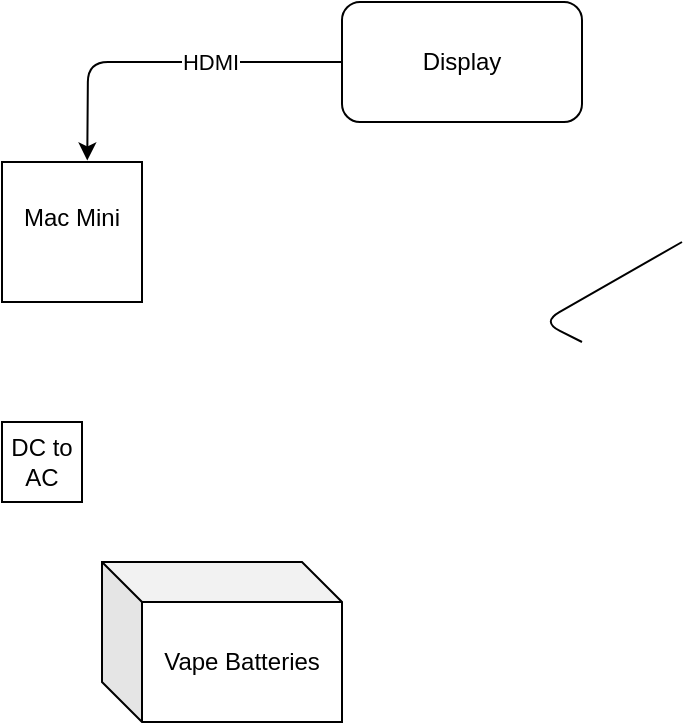
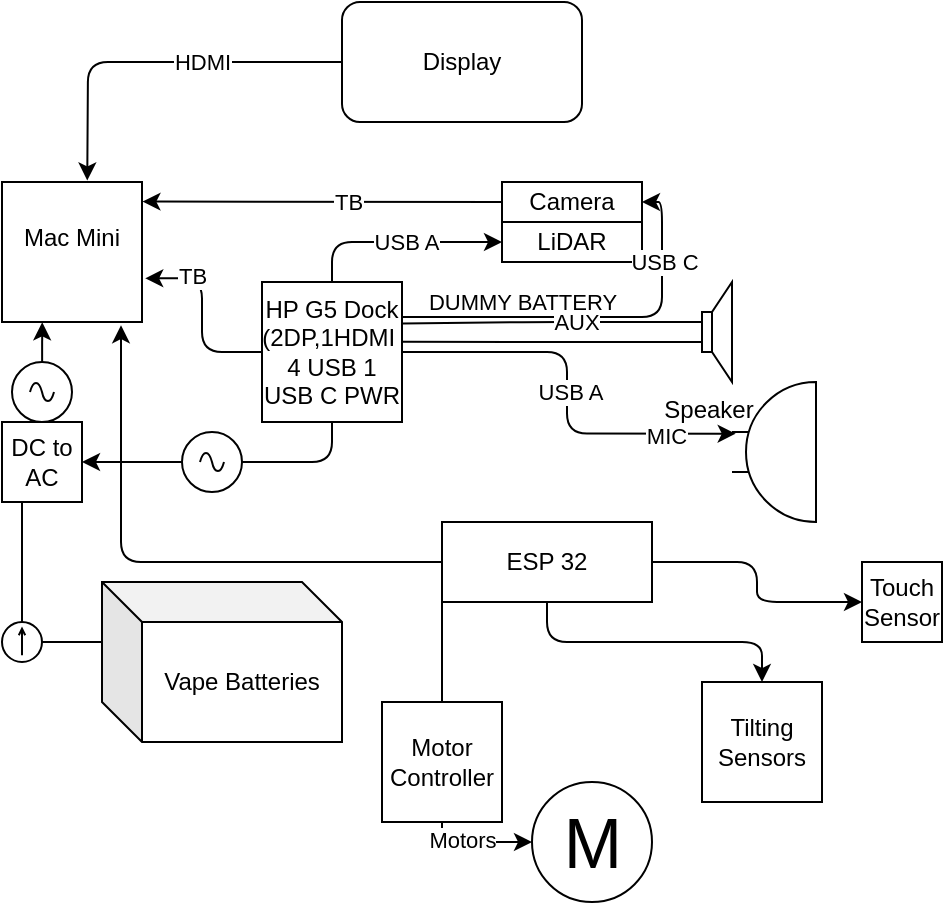
<mxfile host="65bd71144e">
    <diagram id="XFyZ19kt7Vamldc491AY" name="Page-1">
-         <mxGraphModel dx="1011" dy="491" grid="1" gridSize="10" guides="1" tooltips="1" connect="1" arrows="1" fold="1" page="1" pageScale="1" pageWidth="850" pageHeight="1100" math="0" shadow="0">
+         <mxGraphModel dx="305" dy="280" grid="1" gridSize="10" guides="1" tooltips="1" connect="1" arrows="1" fold="1" page="0" pageScale="1" pageWidth="850" pageHeight="1100" math="0" shadow="0">
            <root>
                <mxCell id="0"/>
                <mxCell id="1" parent="0"/>
-                 <mxCell id="2" value="Mac Mini&lt;div&gt;&lt;br&gt;&lt;/div&gt;" style="whiteSpace=wrap;html=1;aspect=fixed;" vertex="1" parent="1">
-                     <mxGeometry x="110" y="100" width="70" height="70" as="geometry"/>
+                 <mxCell id="2" value="Mac Mini&lt;div&gt;&lt;br&gt;&lt;/div&gt;" style="whiteSpace=wrap;html=1;aspect=fixed;" parent="1" vertex="1">
+                     <mxGeometry x="110" y="110" width="70" height="70" as="geometry"/>
                </mxCell>
-                 <mxCell id="4" style="edgeStyle=none;html=1;exitX=0;exitY=0.5;exitDx=0;exitDy=0;entryX=0.609;entryY=-0.011;entryDx=0;entryDy=0;entryPerimeter=0;" edge="1" parent="1" source="3" target="2">
+                 <mxCell id="4" style="edgeStyle=none;html=1;exitX=0;exitY=0.5;exitDx=0;exitDy=0;entryX=0.609;entryY=-0.011;entryDx=0;entryDy=0;entryPerimeter=0;" parent="1" source="3" target="2" edge="1">
                    <mxGeometry relative="1" as="geometry">
                        <mxPoint x="150" y="60" as="targetPoint"/>
                        <Array as="points">
                            <mxPoint x="153" y="50"/>
                        </Array>
                    </mxGeometry>
                </mxCell>
-                 <mxCell id="5" value="HDMI" style="edgeLabel;html=1;align=center;verticalAlign=middle;resizable=0;points=[];" vertex="1" connectable="0" parent="4">
+                 <mxCell id="5" value="HDMI" style="edgeLabel;html=1;align=center;verticalAlign=middle;resizable=0;points=[];" parent="4" vertex="1" connectable="0">
                    <mxGeometry x="-0.2442" relative="1" as="geometry">
                        <mxPoint as="offset"/>
                    </mxGeometry>
                </mxCell>
-                 <mxCell id="3" value="Display" style="rounded=1;whiteSpace=wrap;html=1;" vertex="1" parent="1">
+                 <mxCell id="3" value="Display" style="rounded=1;whiteSpace=wrap;html=1;" parent="1" vertex="1">
                    <mxGeometry x="280" y="20" width="120" height="60" as="geometry"/>
                </mxCell>
-                 <mxCell id="6" value="Vape Batteries" style="shape=cube;whiteSpace=wrap;html=1;boundedLbl=1;backgroundOutline=1;darkOpacity=0.05;darkOpacity2=0.1;" vertex="1" parent="1">
-                     <mxGeometry x="160" y="300" width="120" height="80" as="geometry"/>
+                 <mxCell id="11" style="edgeStyle=none;html=1;exitX=0;exitY=0;exitDx=0;exitDy=30;exitPerimeter=0;" edge="1" parent="1" source="6">
+                     <mxGeometry relative="1" as="geometry">
+                         <mxPoint x="120" y="340" as="targetPoint"/>
+                     </mxGeometry>
                </mxCell>
-                 <mxCell id="7" value="DC to AC" style="whiteSpace=wrap;html=1;aspect=fixed;" vertex="1" parent="1">
+                 <mxCell id="6" value="Vape Batteries" style="shape=cube;whiteSpace=wrap;html=1;boundedLbl=1;backgroundOutline=1;darkOpacity=0.05;darkOpacity2=0.1;" parent="1" vertex="1">
+                     <mxGeometry x="160" y="310" width="120" height="80" as="geometry"/>
+                 </mxCell>
+                 <mxCell id="7" value="DC to AC" style="whiteSpace=wrap;html=1;aspect=fixed;" parent="1" vertex="1">
                    <mxGeometry x="110" y="230" width="40" height="40" as="geometry"/>
                </mxCell>
-                 <mxCell id="10" value="" style="endArrow=none;html=1;" edge="1" parent="1">
+                 <mxCell id="10" value="" style="endArrow=none;html=1;" parent="1" edge="1" source="55">
                    <mxGeometry width="50" height="50" relative="1" as="geometry">
-                         <mxPoint x="400" y="190" as="sourcePoint"/>
-                         <mxPoint x="450" y="140" as="targetPoint"/>
-                         <Array as="points">
-                             <mxPoint x="380" y="180"/>
-                         </Array>
+                         <mxPoint x="120" y="340" as="sourcePoint"/>
+                         <mxPoint x="120" y="270" as="targetPoint"/>
+                     </mxGeometry>
+                 </mxCell>
+                 <mxCell id="15" style="edgeStyle=none;html=1;exitX=0.75;exitY=0;exitDx=0;exitDy=0;entryX=0.43;entryY=1.002;entryDx=0;entryDy=0;entryPerimeter=0;" edge="1" parent="1">
+                     <mxGeometry relative="1" as="geometry">
+                         <mxPoint x="130" y="230" as="sourcePoint"/>
+                         <mxPoint x="130.09999999999997" y="180.14" as="targetPoint"/>
+                     </mxGeometry>
+                 </mxCell>
+                 <mxCell id="16" value="Camera" style="rounded=0;whiteSpace=wrap;html=1;" vertex="1" parent="1">
+                     <mxGeometry x="360" y="110" width="70" height="20" as="geometry"/>
+                 </mxCell>
+                 <mxCell id="22" style="edgeStyle=none;html=1;exitX=0;exitY=0.5;exitDx=0;exitDy=0;entryX=1.003;entryY=0.14;entryDx=0;entryDy=0;entryPerimeter=0;" edge="1" parent="1" source="16" target="2">
+                     <mxGeometry relative="1" as="geometry"/>
+                 </mxCell>
+                 <mxCell id="25" value="TB" style="edgeLabel;html=1;align=center;verticalAlign=middle;resizable=0;points=[];" vertex="1" connectable="0" parent="22">
+                     <mxGeometry x="-0.1422" relative="1" as="geometry">
+                         <mxPoint as="offset"/>
+                     </mxGeometry>
+                 </mxCell>
+                 <mxCell id="23" value="LiDAR" style="rounded=0;whiteSpace=wrap;html=1;" vertex="1" parent="1">
+                     <mxGeometry x="360" y="130" width="70" height="20" as="geometry"/>
+                 </mxCell>
+                 <mxCell id="28" style="html=1;exitX=0.5;exitY=0;exitDx=0;exitDy=0;entryX=0;entryY=0.5;entryDx=0;entryDy=0;edgeStyle=orthogonalEdgeStyle;" edge="1" parent="1" source="26" target="23">
+                     <mxGeometry relative="1" as="geometry"/>
+                 </mxCell>
+                 <mxCell id="29" value="USB A" style="edgeLabel;html=1;align=center;verticalAlign=middle;resizable=0;points=[];" vertex="1" connectable="0" parent="28">
+                     <mxGeometry x="0.0871" relative="1" as="geometry">
+                         <mxPoint as="offset"/>
+                     </mxGeometry>
+                 </mxCell>
+                 <mxCell id="43" style="edgeStyle=orthogonalEdgeStyle;html=1;exitX=1;exitY=0.25;exitDx=0;exitDy=0;entryX=1;entryY=0.5;entryDx=0;entryDy=0;" edge="1" parent="1" source="26" target="16">
+                     <mxGeometry relative="1" as="geometry"/>
+                 </mxCell>
+                 <mxCell id="44" value="USB C" style="edgeLabel;html=1;align=center;verticalAlign=middle;resizable=0;points=[];" vertex="1" connectable="0" parent="43">
+                     <mxGeometry x="0.593" y="-1" relative="1" as="geometry">
+                         <mxPoint as="offset"/>
+                     </mxGeometry>
+                 </mxCell>
+                 <mxCell id="45" value="DUMMY BATTERY" style="edgeLabel;html=1;align=center;verticalAlign=middle;resizable=0;points=[];" vertex="1" connectable="0" parent="43">
+                     <mxGeometry x="0.4423" relative="1" as="geometry">
+                         <mxPoint x="-70" y="5" as="offset"/>
+                     </mxGeometry>
+                 </mxCell>
+                 <mxCell id="60" style="edgeStyle=orthogonalEdgeStyle;html=1;exitX=0.5;exitY=1;exitDx=0;exitDy=0;entryX=1;entryY=0.5;entryDx=0;entryDy=0;" edge="1" parent="1" source="26" target="7">
+                     <mxGeometry relative="1" as="geometry"/>
+                 </mxCell>
+                 <mxCell id="26" value="HP G5 Dock&lt;div&gt;(2DP,1HDMI&amp;nbsp;&lt;/div&gt;&lt;div&gt;4 USB 1 USB C PWR&lt;/div&gt;" style="whiteSpace=wrap;html=1;aspect=fixed;" vertex="1" parent="1">
+                     <mxGeometry x="240" y="160" width="70" height="70" as="geometry"/>
+                 </mxCell>
+                 <mxCell id="31" value="Speaker" style="pointerEvents=1;verticalLabelPosition=bottom;shadow=0;dashed=0;align=center;html=1;verticalAlign=top;shape=mxgraph.electrical.electro-mechanical.loudspeaker;" vertex="1" parent="1">
+                     <mxGeometry x="450" y="160" width="25" height="50" as="geometry"/>
+                 </mxCell>
+                 <mxCell id="35" style="edgeStyle=orthogonalEdgeStyle;html=1;exitX=0;exitY=0.4;exitDx=0;exitDy=0;exitPerimeter=0;entryX=1.007;entryY=0.296;entryDx=0;entryDy=0;entryPerimeter=0;endArrow=none;endFill=0;" edge="1" parent="1" source="31" target="26">
+                     <mxGeometry relative="1" as="geometry"/>
+                 </mxCell>
+                 <mxCell id="37" value="AUX" style="edgeLabel;html=1;align=center;verticalAlign=middle;resizable=0;points=[];" vertex="1" connectable="0" parent="35">
+                     <mxGeometry x="-0.2337" relative="1" as="geometry">
+                         <mxPoint as="offset"/>
+                     </mxGeometry>
+                 </mxCell>
+                 <mxCell id="36" style="edgeStyle=orthogonalEdgeStyle;html=1;exitX=0;exitY=0.6;exitDx=0;exitDy=0;exitPerimeter=0;entryX=1;entryY=0.426;entryDx=0;entryDy=0;entryPerimeter=0;endArrow=none;endFill=0;" edge="1" parent="1" source="31" target="26">
+                     <mxGeometry relative="1" as="geometry"/>
+                 </mxCell>
+                 <mxCell id="38" value="" style="verticalLabelPosition=bottom;shadow=0;dashed=0;align=center;html=1;verticalAlign=top;shape=mxgraph.electrical.radio.microphone_2;rotation=-180;" vertex="1" parent="1">
+                     <mxGeometry x="475" y="210" width="42" height="70" as="geometry"/>
+                 </mxCell>
+                 <mxCell id="40" style="edgeStyle=orthogonalEdgeStyle;html=1;exitX=1;exitY=0.5;exitDx=0;exitDy=0;entryX=0.956;entryY=0.631;entryDx=0;entryDy=0;entryPerimeter=0;" edge="1" parent="1" source="26" target="38">
+                     <mxGeometry relative="1" as="geometry"/>
+                 </mxCell>
+                 <mxCell id="41" value="MIC" style="edgeLabel;html=1;align=center;verticalAlign=middle;resizable=0;points=[];" vertex="1" connectable="0" parent="40">
+                     <mxGeometry x="0.6657" y="-1" relative="1" as="geometry">
+                         <mxPoint as="offset"/>
+                     </mxGeometry>
+                 </mxCell>
+                 <mxCell id="42" value="USB A" style="edgeLabel;html=1;align=center;verticalAlign=middle;resizable=0;points=[];" vertex="1" connectable="0" parent="40">
+                     <mxGeometry x="-0.0139" y="1" relative="1" as="geometry">
+                         <mxPoint as="offset"/>
+                     </mxGeometry>
+                 </mxCell>
+                 <mxCell id="62" style="edgeStyle=orthogonalEdgeStyle;html=1;exitX=0.5;exitY=1;exitDx=0;exitDy=0;" edge="1" parent="1" source="48" target="63">
+                     <mxGeometry relative="1" as="geometry">
+                         <mxPoint x="480" y="370" as="targetPoint"/>
+                     </mxGeometry>
+                 </mxCell>
+                 <mxCell id="65" style="edgeStyle=orthogonalEdgeStyle;html=1;exitX=1;exitY=0.5;exitDx=0;exitDy=0;" edge="1" parent="1" source="48" target="64">
+                     <mxGeometry relative="1" as="geometry"/>
+                 </mxCell>
+                 <mxCell id="48" value="ESP 32" style="rounded=0;whiteSpace=wrap;html=1;" vertex="1" parent="1">
+                     <mxGeometry x="330" y="280" width="105" height="40" as="geometry"/>
+                 </mxCell>
+                 <mxCell id="49" style="edgeStyle=orthogonalEdgeStyle;html=1;exitX=0;exitY=0.5;exitDx=0;exitDy=0;entryX=0.85;entryY=1.023;entryDx=0;entryDy=0;entryPerimeter=0;" edge="1" parent="1" source="48" target="2">
+                     <mxGeometry relative="1" as="geometry"/>
+                 </mxCell>
+                 <mxCell id="51" style="edgeStyle=orthogonalEdgeStyle;html=1;exitX=0.5;exitY=0;exitDx=0;exitDy=0;entryX=0;entryY=1;entryDx=0;entryDy=0;endArrow=none;endFill=0;" edge="1" parent="1" source="50" target="48">
+                     <mxGeometry relative="1" as="geometry"/>
+                 </mxCell>
+                 <mxCell id="52" style="edgeStyle=orthogonalEdgeStyle;html=1;exitX=0.5;exitY=1;exitDx=0;exitDy=0;entryX=0;entryY=0.5;entryDx=0;entryDy=0;" edge="1" parent="1" source="50" target="54">
+                     <mxGeometry relative="1" as="geometry">
+                         <mxPoint x="330" y="500" as="targetPoint"/>
+                     </mxGeometry>
+                 </mxCell>
+                 <mxCell id="53" value="Motors" style="edgeLabel;html=1;align=center;verticalAlign=middle;resizable=0;points=[];" vertex="1" connectable="0" parent="52">
+                     <mxGeometry x="-0.2974" y="1" relative="1" as="geometry">
+                         <mxPoint as="offset"/>
+                     </mxGeometry>
+                 </mxCell>
+                 <mxCell id="50" value="Motor Controller" style="whiteSpace=wrap;html=1;aspect=fixed;" vertex="1" parent="1">
+                     <mxGeometry x="300" y="370" width="60" height="60" as="geometry"/>
+                 </mxCell>
+                 <mxCell id="54" value="M" style="verticalLabelPosition=middle;shadow=0;dashed=0;align=center;html=1;verticalAlign=middle;strokeWidth=1;shape=ellipse;aspect=fixed;fontSize=35;" vertex="1" parent="1">
+                     <mxGeometry x="375" y="410" width="60" height="60" as="geometry"/>
+                 </mxCell>
+                 <mxCell id="58" value="" style="pointerEvents=1;verticalLabelPosition=bottom;shadow=0;dashed=0;align=center;html=1;verticalAlign=top;shape=mxgraph.electrical.signal_sources.source;aspect=fixed;points=[[0.5,0,0],[1,0.5,0],[0.5,1,0],[0,0.5,0]];elSignalType=ac;" vertex="1" parent="1">
+                     <mxGeometry x="115" y="200" width="30" height="30" as="geometry"/>
+                 </mxCell>
+                 <mxCell id="59" value="" style="endArrow=none;html=1;" edge="1" parent="1" target="55">
+                     <mxGeometry width="50" height="50" relative="1" as="geometry">
+                         <mxPoint x="120" y="340" as="sourcePoint"/>
+                         <mxPoint x="120" y="270" as="targetPoint"/>
+                     </mxGeometry>
+                 </mxCell>
+                 <mxCell id="55" value="" style="pointerEvents=1;verticalLabelPosition=bottom;shadow=0;dashed=0;align=center;html=1;verticalAlign=top;shape=mxgraph.electrical.signal_sources.source;aspect=fixed;points=[[0.5,0,0],[1,0.5,0],[0.5,1,0],[0,0.5,0]];elSignalType=dc2;rotation=-180;" vertex="1" parent="1">
+                     <mxGeometry x="110" y="330" width="20" height="20" as="geometry"/>
+                 </mxCell>
+                 <mxCell id="61" value="" style="pointerEvents=1;verticalLabelPosition=bottom;shadow=0;dashed=0;align=center;html=1;verticalAlign=top;shape=mxgraph.electrical.signal_sources.source;aspect=fixed;points=[[0.5,0,0],[1,0.5,0],[0.5,1,0],[0,0.5,0]];elSignalType=ac;" vertex="1" parent="1">
+                     <mxGeometry x="200" y="235" width="30" height="30" as="geometry"/>
+                 </mxCell>
+                 <mxCell id="63" value="Tilting&lt;div&gt;Sensors&lt;/div&gt;" style="whiteSpace=wrap;html=1;aspect=fixed;" vertex="1" parent="1">
+                     <mxGeometry x="460" y="360" width="60" height="60" as="geometry"/>
+                 </mxCell>
+                 <mxCell id="64" value="Touch Sensor" style="whiteSpace=wrap;html=1;aspect=fixed;" vertex="1" parent="1">
+                     <mxGeometry x="540" y="300" width="40" height="40" as="geometry"/>
+                 </mxCell>
+                 <mxCell id="66" style="edgeStyle=orthogonalEdgeStyle;html=1;exitX=0;exitY=0.5;exitDx=0;exitDy=0;entryX=1.023;entryY=0.688;entryDx=0;entryDy=0;entryPerimeter=0;" edge="1" parent="1" source="26" target="2">
+                     <mxGeometry relative="1" as="geometry"/>
+                 </mxCell>
+                 <mxCell id="67" value="TB" style="edgeLabel;html=1;align=center;verticalAlign=middle;resizable=0;points=[];" vertex="1" connectable="0" parent="66">
+                     <mxGeometry x="0.5151" y="-1" relative="1" as="geometry">
+                         <mxPoint as="offset"/>
                    </mxGeometry>
                </mxCell>
            </root>
        </mxGraphModel>
    </diagram>
</mxfile>